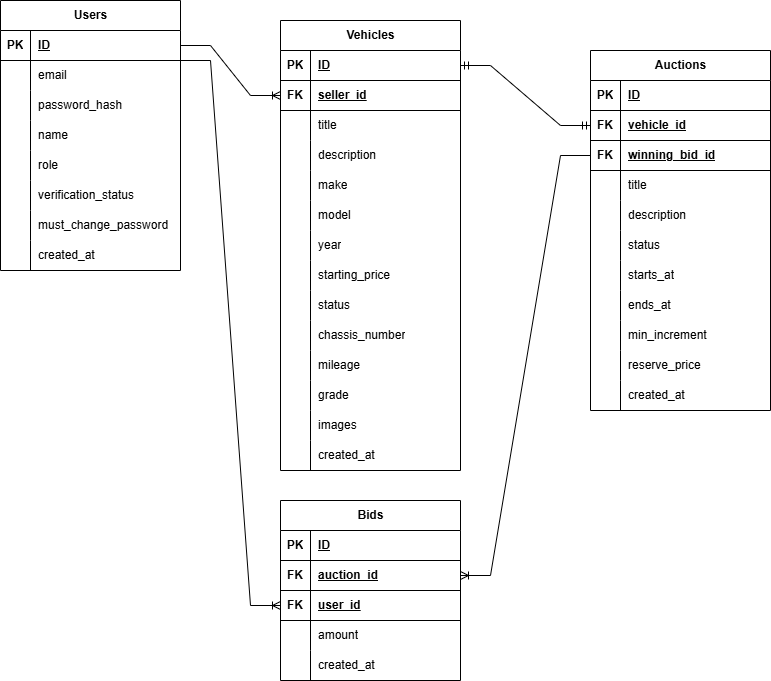
Earlier version of the draw.io export Documentation/Final Report/ER.drawio.png (KavinduJehan/Web-Based-Vehicle-Auction-Platform). Source tidied: cells renumbered, new cells last; positions are measured from the earlier drawing's top-left corner, leaving out a move shared by most shapes.
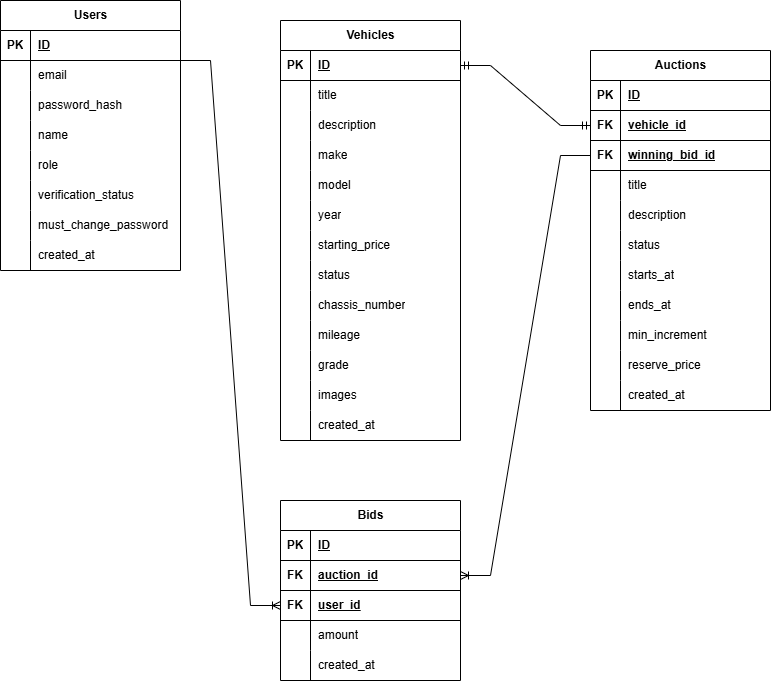
After the change.

Change to the diagram source:
```diff
@@ -78,7 +78,7 @@
       <mxGeometry x="30" width="150" height="30" as="geometry" />
     </mxCell>
     <mxCell id="27" value="Vehicles" style="shape=table;startSize=30;rowLines=0;fontStyle=1;align=center;html=1;" parent="1" vertex="1">
-      <mxGeometry x="280" y="20" width="180" height="450" as="geometry" />
+      <mxGeometry x="280" y="20" width="180" height="420" as="geometry" />
     </mxCell>
     <mxCell id="28" style="shape=tableRow;horizontal=0;startSize=0;swimlaneHead=0;swimlaneBody=0;fillColor=none;points=[[0,0.5],[1,0.5]];portConstraint=eastwest;top=0;left=0;right=0;bottom=1;" parent="27" vertex="1">
       <mxGeometry y="30" width="180" height="30" as="geometry" />
@@ -89,17 +89,8 @@
     <mxCell id="30" value="ID" style="shape=partialRectangle;fillColor=none;top=0;left=0;bottom=0;right=0;align=left;spacingLeft=6;fontStyle=5;overflow=hidden;whiteSpace=wrap;html=1;" parent="28" vertex="1">
       <mxGeometry x="30" width="150" height="30" as="geometry" />
     </mxCell>
-    <mxCell id="31" style="shape=tableRow;horizontal=0;startSize=0;swimlaneHead=0;swimlaneBody=0;fillColor=none;points=[[0,0.5],[1,0.5]];portConstraint=eastwest;top=0;left=0;right=0;bottom=1;" parent="27" vertex="1">
-      <mxGeometry y="60" width="180" height="30" as="geometry" />
-    </mxCell>
-    <mxCell id="32" value="FK" style="shape=partialRectangle;fillColor=none;top=0;left=0;bottom=0;right=0;fontStyle=1;overflow=hidden;whiteSpace=wrap;html=1;" parent="31" vertex="1">
-      <mxGeometry width="30" height="30" as="geometry" />
-    </mxCell>
-    <mxCell id="33" value="seller_id" style="shape=partialRectangle;fillColor=none;top=0;left=0;bottom=0;right=0;align=left;spacingLeft=6;fontStyle=5;overflow=hidden;whiteSpace=wrap;html=1;" parent="31" vertex="1">
-      <mxGeometry x="30" width="150" height="30" as="geometry" />
-    </mxCell>
     <mxCell id="34" style="shape=tableRow;horizontal=0;startSize=0;swimlaneHead=0;swimlaneBody=0;fillColor=none;top=0;left=0;right=0;bottom=0;" parent="27" vertex="1">
-      <mxGeometry y="90" width="180" height="30" as="geometry" />
+      <mxGeometry y="60" width="180" height="30" as="geometry" />
     </mxCell>
     <mxCell id="35" style="shape=partialRectangle;fillColor=none;top=0;left=0;bottom=0;right=0;overflow=hidden;whiteSpace=wrap;html=1;" parent="34" vertex="1">
       <mxGeometry width="30" height="30" as="geometry" />
@@ -108,7 +99,7 @@
       <mxGeometry x="30" width="150" height="30" as="geometry" />
     </mxCell>
     <mxCell id="37" style="shape=tableRow;horizontal=0;startSize=0;swimlaneHead=0;swimlaneBody=0;fillColor=none;top=0;left=0;right=0;bottom=0;" parent="27" vertex="1">
-      <mxGeometry y="120" width="180" height="30" as="geometry" />
+      <mxGeometry y="90" width="180" height="30" as="geometry" />
     </mxCell>
     <mxCell id="38" style="shape=partialRectangle;fillColor=none;top=0;left=0;bottom=0;right=0;overflow=hidden;whiteSpace=wrap;html=1;" parent="37" vertex="1">
       <mxGeometry width="30" height="30" as="geometry" />
@@ -117,7 +108,7 @@
       <mxGeometry x="30" width="150" height="30" as="geometry" />
     </mxCell>
     <mxCell id="40" style="shape=tableRow;horizontal=0;startSize=0;swimlaneHead=0;swimlaneBody=0;fillColor=none;top=0;left=0;right=0;bottom=0;" parent="27" vertex="1">
-      <mxGeometry y="150" width="180" height="30" as="geometry" />
+      <mxGeometry y="120" width="180" height="30" as="geometry" />
     </mxCell>
     <mxCell id="41" style="shape=partialRectangle;fillColor=none;top=0;left=0;bottom=0;right=0;overflow=hidden;whiteSpace=wrap;html=1;" parent="40" vertex="1">
       <mxGeometry width="30" height="30" as="geometry" />
@@ -126,7 +117,7 @@
       <mxGeometry x="30" width="150" height="30" as="geometry" />
     </mxCell>
     <mxCell id="43" style="shape=tableRow;horizontal=0;startSize=0;swimlaneHead=0;swimlaneBody=0;fillColor=none;top=0;left=0;right=0;bottom=0;" parent="27" vertex="1">
-      <mxGeometry y="180" width="180" height="30" as="geometry" />
+      <mxGeometry y="150" width="180" height="30" as="geometry" />
     </mxCell>
     <mxCell id="44" style="shape=partialRectangle;fillColor=none;top=0;left=0;bottom=0;right=0;overflow=hidden;whiteSpace=wrap;html=1;" parent="43" vertex="1">
       <mxGeometry width="30" height="30" as="geometry" />
@@ -135,7 +126,7 @@
       <mxGeometry x="30" width="150" height="30" as="geometry" />
     </mxCell>
     <mxCell id="46" style="shape=tableRow;horizontal=0;startSize=0;swimlaneHead=0;swimlaneBody=0;fillColor=none;top=0;left=0;right=0;bottom=0;" parent="27" vertex="1">
-      <mxGeometry y="210" width="180" height="30" as="geometry" />
+      <mxGeometry y="180" width="180" height="30" as="geometry" />
     </mxCell>
     <mxCell id="47" style="shape=partialRectangle;fillColor=none;top=0;left=0;bottom=0;right=0;overflow=hidden;whiteSpace=wrap;html=1;" parent="46" vertex="1">
       <mxGeometry width="30" height="30" as="geometry" />
@@ -144,7 +135,7 @@
       <mxGeometry x="30" width="150" height="30" as="geometry" />
     </mxCell>
     <mxCell id="49" style="shape=tableRow;horizontal=0;startSize=0;swimlaneHead=0;swimlaneBody=0;fillColor=none;top=0;left=0;right=0;bottom=0;" parent="27" vertex="1">
-      <mxGeometry y="240" width="180" height="30" as="geometry" />
+      <mxGeometry y="210" width="180" height="30" as="geometry" />
     </mxCell>
     <mxCell id="50" style="shape=partialRectangle;fillColor=none;top=0;left=0;bottom=0;right=0;overflow=hidden;whiteSpace=wrap;html=1;" parent="49" vertex="1">
       <mxGeometry width="30" height="30" as="geometry" />
@@ -153,7 +144,7 @@
       <mxGeometry x="30" width="150" height="30" as="geometry" />
     </mxCell>
     <mxCell id="52" style="shape=tableRow;horizontal=0;startSize=0;swimlaneHead=0;swimlaneBody=0;fillColor=none;top=0;left=0;right=0;bottom=0;" parent="27" vertex="1">
-      <mxGeometry y="270" width="180" height="30" as="geometry" />
+      <mxGeometry y="240" width="180" height="30" as="geometry" />
     </mxCell>
     <mxCell id="53" style="shape=partialRectangle;fillColor=none;top=0;left=0;bottom=0;right=0;overflow=hidden;whiteSpace=wrap;html=1;" parent="52" vertex="1">
       <mxGeometry width="30" height="30" as="geometry" />
@@ -162,7 +153,7 @@
       <mxGeometry x="30" width="150" height="30" as="geometry" />
     </mxCell>
     <mxCell id="55" style="shape=tableRow;horizontal=0;startSize=0;swimlaneHead=0;swimlaneBody=0;fillColor=none;top=0;left=0;right=0;bottom=0;" parent="27" vertex="1">
-      <mxGeometry y="300" width="180" height="30" as="geometry" />
+      <mxGeometry y="270" width="180" height="30" as="geometry" />
     </mxCell>
     <mxCell id="56" style="shape=partialRectangle;fillColor=none;top=0;left=0;bottom=0;right=0;overflow=hidden;whiteSpace=wrap;html=1;" parent="55" vertex="1">
       <mxGeometry width="30" height="30" as="geometry" />
@@ -171,7 +162,7 @@
       <mxGeometry x="30" width="150" height="30" as="geometry" />
     </mxCell>
     <mxCell id="58" style="shape=tableRow;horizontal=0;startSize=0;swimlaneHead=0;swimlaneBody=0;fillColor=none;top=0;left=0;right=0;bottom=0;" parent="27" vertex="1">
-      <mxGeometry y="330" width="180" height="30" as="geometry" />
+      <mxGeometry y="300" width="180" height="30" as="geometry" />
     </mxCell>
     <mxCell id="59" style="shape=partialRectangle;fillColor=none;top=0;left=0;bottom=0;right=0;overflow=hidden;whiteSpace=wrap;html=1;" parent="58" vertex="1">
       <mxGeometry width="30" height="30" as="geometry" />
@@ -180,7 +171,7 @@
       <mxGeometry x="30" width="150" height="30" as="geometry" />
     </mxCell>
     <mxCell id="61" style="shape=tableRow;horizontal=0;startSize=0;swimlaneHead=0;swimlaneBody=0;fillColor=none;top=0;left=0;right=0;bottom=0;" parent="27" vertex="1">
-      <mxGeometry y="360" width="180" height="30" as="geometry" />
+      <mxGeometry y="330" width="180" height="30" as="geometry" />
     </mxCell>
     <mxCell id="62" style="shape=partialRectangle;fillColor=none;top=0;left=0;bottom=0;right=0;overflow=hidden;whiteSpace=wrap;html=1;" parent="61" vertex="1">
       <mxGeometry width="30" height="30" as="geometry" />
@@ -189,7 +180,7 @@
       <mxGeometry x="30" width="150" height="30" as="geometry" />
     </mxCell>
     <mxCell id="64" style="shape=tableRow;horizontal=0;startSize=0;swimlaneHead=0;swimlaneBody=0;fillColor=none;top=0;left=0;right=0;bottom=0;" parent="27" vertex="1">
-      <mxGeometry y="390" width="180" height="30" as="geometry" />
+      <mxGeometry y="360" width="180" height="30" as="geometry" />
     </mxCell>
     <mxCell id="65" style="shape=partialRectangle;fillColor=none;top=0;left=0;bottom=0;right=0;overflow=hidden;whiteSpace=wrap;html=1;" parent="64" vertex="1">
       <mxGeometry width="30" height="30" as="geometry" />
@@ -198,7 +189,7 @@
       <mxGeometry x="30" width="150" height="30" as="geometry" />
     </mxCell>
     <mxCell id="67" style="shape=tableRow;horizontal=0;startSize=0;swimlaneHead=0;swimlaneBody=0;fillColor=none;top=0;left=0;right=0;bottom=0;" parent="27" vertex="1">
-      <mxGeometry y="420" width="180" height="30" as="geometry" />
+      <mxGeometry y="390" width="180" height="30" as="geometry" />
     </mxCell>
     <mxCell id="68" style="shape=partialRectangle;fillColor=none;top=0;left=0;bottom=0;right=0;overflow=hidden;whiteSpace=wrap;html=1;" parent="67" vertex="1">
       <mxGeometry width="30" height="30" as="geometry" />
@@ -356,9 +347,6 @@
     <mxCell id="119" value="created_at" style="shape=partialRectangle;fillColor=none;top=0;left=0;bottom=0;right=0;align=left;spacingLeft=6;overflow=hidden;whiteSpace=wrap;html=1;" parent="117" vertex="1">
       <mxGeometry x="30" width="150" height="30" as="geometry" />
     </mxCell>
-    <mxCell id="120" style="edgeStyle=entityRelationEdgeStyle;fontSize=12;html=1;endArrow=ERoneToMany;rounded=0;exitX=1;exitY=0.5;exitDx=0;exitDy=0;entryX=0;entryY=0.5;entryDx=0;entryDy=0;" parent="1" edge="1" source="3" target="31">
-      <mxGeometry relative="1" as="geometry" />
-    </mxCell>
     <mxCell id="121" style="edgeStyle=entityRelationEdgeStyle;fontSize=12;html=1;endArrow=ERoneToMany;rounded=0;exitX=1;exitY=0.5;exitDx=0;exitDy=0;entryX=0;entryY=0.5;entryDx=0;entryDy=0;" parent="1" edge="1" target="111">
       <mxGeometry relative="1" as="geometry">
         <mxPoint x="180" y="60" as="sourcePoint" />
```
